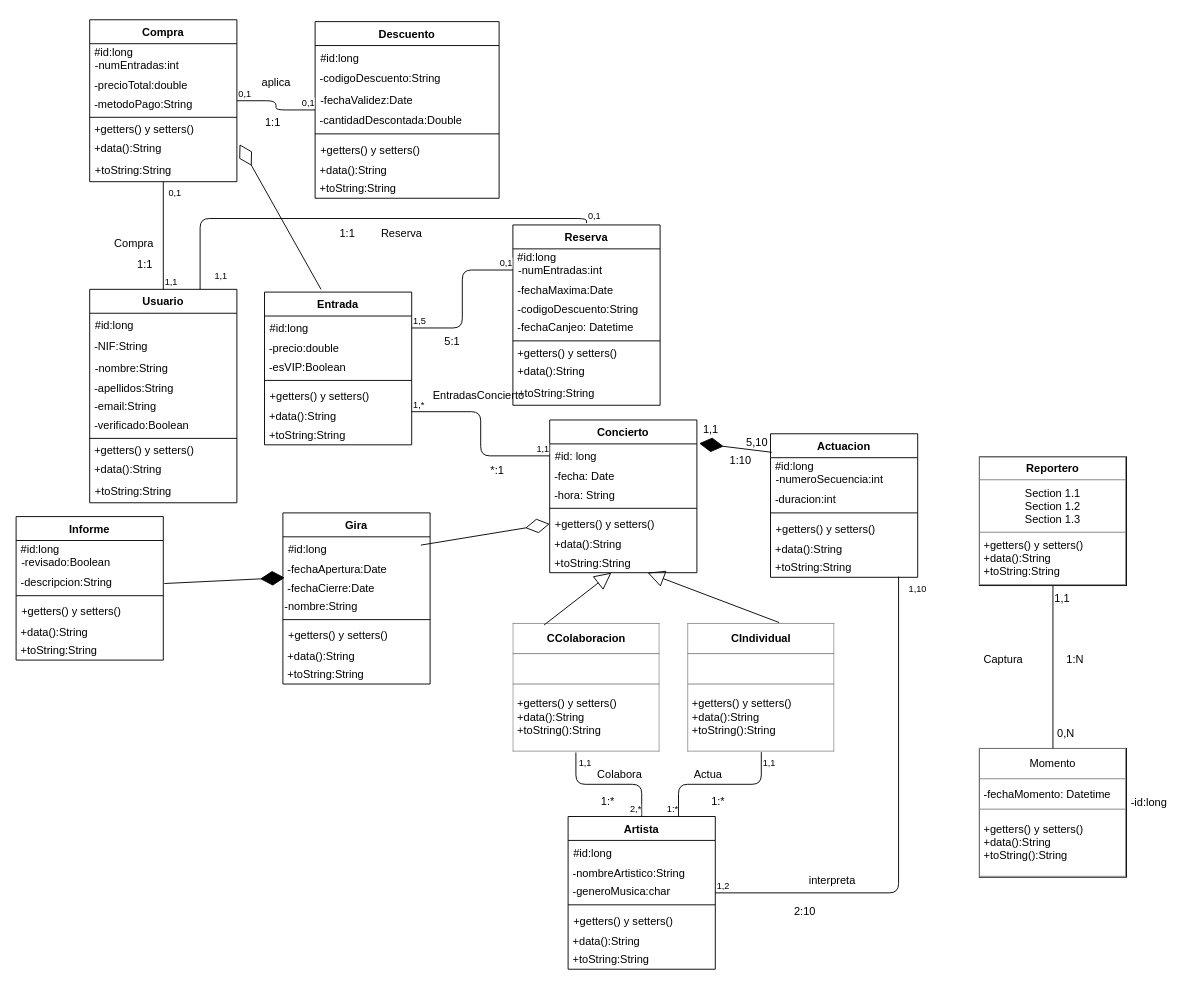
Above: Diagrama de clases.drawio in Lusaka12/AgenciaConciertos (draw.io), before the change. Source tidied: cells renumbered, new cells numbered last; positions are measured from the earlier drawing's top-left corner, leaving out a move shared by most shapes. Both pictures are drawn from the tidied source at 92%, with x=0, y=0 at pixel (16, 19).
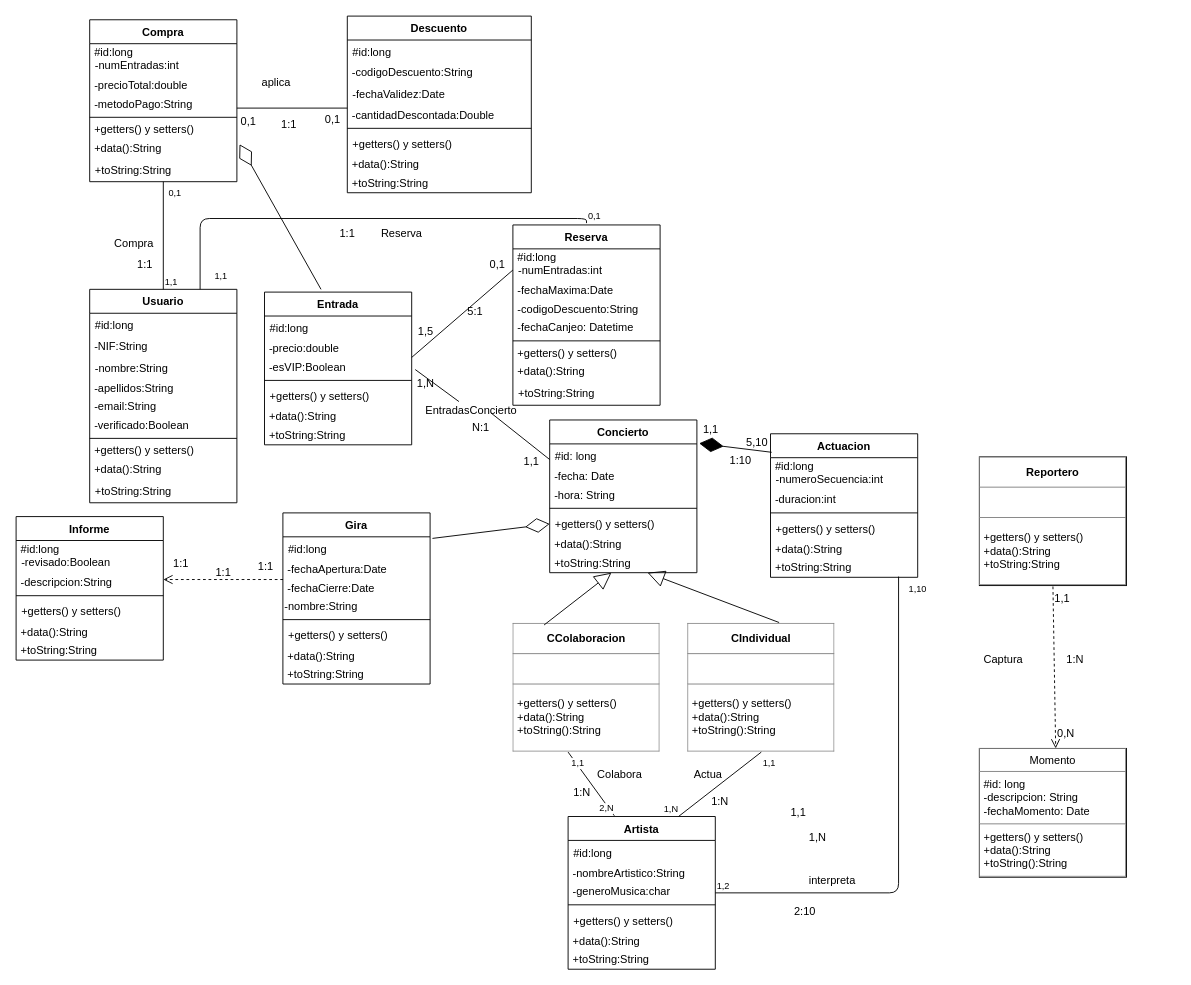
Above is the later version.

Commit message:
Diagrama de clases

The change refers to these unchanged cells:
```xml
<mxCell id="2" value="Gira" style="swimlane;fontStyle=1;align=center;verticalAlign=top;horizontal=1;startSize=26;" parent="1" vertex="1">
  <mxGeometry x="290" y="536" width="160" height="186" as="geometry" />
</mxCell>
<mxCell id="4" value="#id:long" style="text;strokeColor=none;fillColor=none;align=left;verticalAlign=top;spacingLeft=4;spacingRight=4;overflow=hidden;points=[[0,0.5],[1,0.5]];portConstraint=eastwest;" parent="2" vertex="1">
  <mxGeometry y="26" width="160" height="26" as="geometry" />
</mxCell>
<mxCell id="6" value="&amp;nbsp;-fechaCierre:Date" style="text;html=1;points=[];align=left;verticalAlign=top;spacingTop=-4;" parent="2" vertex="1">
  <mxGeometry y="72" width="160" height="20" as="geometry" />
</mxCell>
<mxCell id="15" value="&amp;nbsp;-descripcion:String" style="text;html=1;points=[];align=left;verticalAlign=top;spacingTop=-4;" parent="12" vertex="1">
  <mxGeometry y="62" width="160" height="20" as="geometry" />
</mxCell>
<mxCell id="28" value="Artista" style="swimlane;fontStyle=1;align=center;verticalAlign=top;horizontal=1;startSize=26;" parent="1" vertex="1">
  <mxGeometry x="600" y="866" width="160" height="166" as="geometry" />
</mxCell>
<mxCell id="36" value="Entrada" style="swimlane;fontStyle=1;align=center;verticalAlign=top;horizontal=1;startSize=26;" parent="1" vertex="1">
  <mxGeometry x="270" y="296" width="160" height="166" as="geometry" />
</mxCell>
<mxCell id="37" value="#id:long" style="text;strokeColor=none;fillColor=none;align=left;verticalAlign=top;spacingLeft=4;spacingRight=4;overflow=hidden;points=[[0,0.5],[1,0.5]];portConstraint=eastwest;" parent="36" vertex="1">
  <mxGeometry y="26" width="160" height="26" as="geometry" />
</mxCell>
<mxCell id="39" value="&amp;nbsp;-esVIP:Boolean" style="text;html=1;points=[];align=left;verticalAlign=top;spacingTop=-4;" parent="36" vertex="1">
  <mxGeometry y="72" width="160" height="20" as="geometry" />
</mxCell>
<mxCell id="55" value="Compra" style="swimlane;fontStyle=1;align=center;verticalAlign=top;horizontal=1;startSize=26;" parent="1" vertex="1">
  <mxGeometry x="80" width="160" height="176" as="geometry" />
</mxCell>
<mxCell id="66" value="-numEntradas:int" style="text;strokeColor=none;fillColor=none;align=left;verticalAlign=top;spacingLeft=4;spacingRight=4;overflow=hidden;points=[[0,0.5],[1,0.5]];portConstraint=eastwest;" parent="64" vertex="1">
  <mxGeometry y="36" width="160" height="26" as="geometry" />
</mxCell>
<mxCell id="86" value="&lt;table border=&quot;1&quot; width=&quot;100%&quot; cellpadding=&quot;4&quot; style=&quot;width: 100% ; height: 100% ; border-collapse: collapse&quot;&gt;&lt;tbody&gt;&lt;tr&gt;&lt;th align=&quot;center&quot;&gt;CColaboracion&lt;/th&gt;&lt;/tr&gt;&lt;tr&gt;&lt;td align=&quot;center&quot;&gt;&lt;br&gt;&lt;/td&gt;&lt;/tr&gt;&lt;tr&gt;&lt;td align=&quot;center&quot;&gt;&lt;div style=&quot;text-align: left&quot;&gt;&lt;span style=&quot;text-align: left&quot;&gt;+getters() y setters()&lt;/span&gt;&lt;/div&gt;&lt;div style=&quot;text-align: left&quot;&gt;&lt;span style=&quot;text-align: left&quot;&gt;+data():String&lt;/span&gt;&lt;/div&gt;&lt;div style=&quot;text-align: left&quot;&gt;&lt;span style=&quot;text-align: left&quot;&gt;+toString():String&lt;/span&gt;&lt;/div&gt;&lt;/td&gt;&lt;/tr&gt;&lt;/tbody&gt;&lt;/table&gt;" style="text;html=1;strokeColor=none;fillColor=none;overflow=fill;" parent="1" vertex="1">
  <mxGeometry x="540" y="656" width="160" height="140" as="geometry" />
</mxCell>
<mxCell id="87" value="&lt;table border=&quot;1&quot; width=&quot;100%&quot; cellpadding=&quot;4&quot; style=&quot;width: 100% ; height: 100% ; border-collapse: collapse&quot;&gt;&lt;tbody&gt;&lt;tr&gt;&lt;th align=&quot;center&quot;&gt;CIndividual&lt;/th&gt;&lt;/tr&gt;&lt;tr&gt;&lt;td align=&quot;center&quot;&gt;&lt;br&gt;&lt;/td&gt;&lt;/tr&gt;&lt;tr&gt;&lt;td align=&quot;center&quot;&gt;&lt;div style=&quot;text-align: left&quot;&gt;+getters() y setters()&lt;/div&gt;&lt;div style=&quot;text-align: left&quot;&gt;+data():String&lt;/div&gt;&lt;div style=&quot;text-align: left&quot;&gt;+toString():String&lt;/div&gt;&lt;/td&gt;&lt;/tr&gt;&lt;/tbody&gt;&lt;/table&gt;" style="text;html=1;strokeColor=none;fillColor=none;overflow=fill;" parent="1" vertex="1">
  <mxGeometry x="730" y="656" width="160" height="140" as="geometry" />
</mxCell>
<mxCell id="89" value="#id: long" style="text;strokeColor=none;fillColor=none;align=left;verticalAlign=top;spacingLeft=4;spacingRight=4;overflow=hidden;points=[[0,0.5],[1,0.5]];portConstraint=eastwest;" parent="88" vertex="1">
  <mxGeometry y="26" width="160" height="26" as="geometry" />
</mxCell>
<mxCell id="93" value="+getters() y setters()&#10; " style="text;strokeColor=none;fillColor=none;align=left;verticalAlign=top;spacingLeft=4;spacingRight=4;overflow=hidden;points=[[0,0.5],[1,0.5]];portConstraint=eastwest;" parent="88" vertex="1">
  <mxGeometry y="100" width="160" height="26" as="geometry" />
</mxCell>
```

The edit, as a diff of the source:
```diff
@@
-    <mxCell id="3" style="endArrow=diamondThin;endFill=0;endSize=24;html=1;fontColor=none;entryX=0;entryY=0.5;entryDx=0;entryDy=0;" parent="2" edge="1" target="93">
-      <mxGeometry relative="1" as="geometry">
-        <mxPoint x="150" y="35" as="sourcePoint" />
-      </mxGeometry>
-    </mxCell>
@@
     <mxCell id="77" value="Descuento" style="swimlane;fontStyle=1;align=center;verticalAlign=top;horizontal=1;startSize=26;" parent="1" vertex="1">
-      <mxGeometry x="325" y="2" width="200" height="192" as="geometry" />
+      <mxGeometry x="360" y="-4" width="200" height="192" as="geometry" />
     </mxCell>
@@
-    <mxCell id="98" style="endArrow=none;html=1;edgeStyle=orthogonalEdgeStyle;" parent="1" edge="1" source="55" target="77">
-      <mxGeometry relative="1" as="geometry" />
-    </mxCell>
-    <mxCell id="99" value="0,1" style="html=1;align=left;verticalAlign=bottom;labelBackgroundColor=#ffffff;fontSize=10;" parent="98" vertex="1">
-      <mxGeometry x="-1" relative="1" as="geometry" />
-    </mxCell>
-    <mxCell id="100" value="0,1" style="html=1;align=right;verticalAlign=bottom;labelBackgroundColor=#ffffff;fontSize=10;" parent="98" vertex="1">
-      <mxGeometry x="1" relative="1" as="geometry" />
-    </mxCell>
     <mxCell id="101" value="1:1" style="text;strokeColor=none;fillColor=none;align=left;verticalAlign=top;spacingLeft=4;spacingRight=4;overflow=hidden;" parent="1" vertex="1">
-      <mxGeometry x="265" y="98" width="35" height="26" as="geometry" />
+      <mxGeometry x="282.5" y="100" width="35" height="26" as="geometry" />
     </mxCell>
@@
-    <mxCell id="103" style="endArrow=none;html=1;edgeStyle=orthogonalEdgeStyle;entryX=0;entryY=0.5;entryDx=0;entryDy=0;" parent="1" edge="1" source="36" target="89">
-      <mxGeometry relative="1" as="geometry">
-        <Array as="points">
-          <mxPoint x="505" y="426" />
-          <mxPoint x="505" y="474" />
-        </Array>
-      </mxGeometry>
-    </mxCell>
-    <mxCell id="104" value="1,*" style="html=1;align=left;verticalAlign=bottom;labelBackgroundColor=#ffffff;fontSize=10;" parent="103" vertex="1">
-      <mxGeometry x="-1" relative="1" as="geometry" />
-    </mxCell>
-    <mxCell id="105" value="1,1" style="html=1;align=right;verticalAlign=bottom;labelBackgroundColor=#ffffff;fontSize=10;" parent="103" vertex="1">
-      <mxGeometry x="1" relative="1" as="geometry" />
-    </mxCell>
-    <mxCell id="106" value="*:1" style="text;strokeColor=none;fillColor=none;align=left;verticalAlign=top;spacingLeft=4;spacingRight=4;overflow=hidden;" parent="1" vertex="1">
-      <mxGeometry x="510" y="476" width="30" height="26" as="geometry" />
+    <mxCell id="106" value="N:1" style="text;strokeColor=none;fillColor=none;align=left;verticalAlign=top;spacingLeft=4;spacingRight=4;overflow=hidden;" parent="1" vertex="1">
+      <mxGeometry x="490" y="430" width="30" height="26" as="geometry" />
     </mxCell>
-    <mxCell id="107" style="endArrow=none;html=1;edgeStyle=orthogonalEdgeStyle;entryX=0.5;entryY=0;entryDx=0;entryDy=0;exitX=0.428;exitY=1.003;exitDx=0;exitDy=0;exitPerimeter=0;" parent="1" edge="1" source="86" target="28">
-      <mxGeometry relative="1" as="geometry" />
+    <mxCell id="107" style="endArrow=none;html=1;entryX=0.314;entryY=-0.005;entryDx=0;entryDy=0;entryPerimeter=0;" parent="1" edge="1" target="28">
+      <mxGeometry relative="1" as="geometry">
+        <mxPoint x="600" y="796" as="sourcePoint" />
+      </mxGeometry>
     </mxCell>
@@
-    <mxCell id="109" value="2,*" style="html=1;align=right;verticalAlign=bottom;labelBackgroundColor=#ffffff;fontSize=10;" parent="107" vertex="1">
+    <mxCell id="109" value="2,N" style="html=1;align=right;verticalAlign=bottom;labelBackgroundColor=#ffffff;fontSize=10;" parent="107" vertex="1">
       <mxGeometry x="1" relative="1" as="geometry" />
     </mxCell>
-    <mxCell id="110" style="endArrow=none;html=1;edgeStyle=orthogonalEdgeStyle;entryX=0.75;entryY=0;entryDx=0;entryDy=0;" parent="1" edge="1" source="87" target="28">
+    <mxCell id="110" style="endArrow=none;html=1;entryX=0.75;entryY=0;entryDx=0;entryDy=0;exitX=0.5;exitY=1;exitDx=0;exitDy=0;" parent="1" edge="1" source="87" target="28">
       <mxGeometry relative="1" as="geometry" />
     </mxCell>
@@
-    <mxCell id="112" value="1:*" style="html=1;align=right;verticalAlign=bottom;labelBackgroundColor=#ffffff;fontSize=10;" parent="110" vertex="1">
+    <mxCell id="112" value="1,N" style="html=1;align=right;verticalAlign=bottom;labelBackgroundColor=#ffffff;fontSize=10;" parent="110" vertex="1">
       <mxGeometry x="1" relative="1" as="geometry" />
     </mxCell>
-    <mxCell id="113" value="1:*" style="text;strokeColor=none;fillColor=none;align=left;verticalAlign=top;spacingLeft=4;spacingRight=4;overflow=hidden;" parent="1" vertex="1">
-      <mxGeometry x="630" y="836" width="30" height="26" as="geometry" />
+    <mxCell id="113" value="1:N" style="text;strokeColor=none;fillColor=none;align=left;verticalAlign=top;spacingLeft=4;spacingRight=4;overflow=hidden;" parent="1" vertex="1">
+      <mxGeometry x="600" y="826" width="30" height="26" as="geometry" />
     </mxCell>
-    <mxCell id="114" value="1:*" style="text;strokeColor=none;fillColor=none;align=left;verticalAlign=top;spacingLeft=4;spacingRight=4;overflow=hidden;" parent="1" vertex="1">
+    <mxCell id="114" value="1:N" style="text;strokeColor=none;fillColor=none;align=left;verticalAlign=top;spacingLeft=4;spacingRight=4;overflow=hidden;" parent="1" vertex="1">
       <mxGeometry x="750" y="836" width="30" height="26" as="geometry" />
     </mxCell>
@@
-    <mxCell id="119" style="endArrow=none;html=1;edgeStyle=orthogonalEdgeStyle;entryX=0;entryY=0.5;entryDx=0;entryDy=0;exitX=1;exitY=0.5;exitDx=0;exitDy=0;" parent="1" edge="1" source="37" target="66">
-      <mxGeometry relative="1" as="geometry" />
-    </mxCell>
-    <mxCell id="120" value="1,5" style="html=1;align=left;verticalAlign=bottom;labelBackgroundColor=#ffffff;fontSize=10;" parent="119" vertex="1">
-      <mxGeometry x="-1" relative="1" as="geometry" />
-    </mxCell>
-    <mxCell id="121" value="0,1" style="html=1;align=right;verticalAlign=bottom;labelBackgroundColor=#ffffff;fontSize=10;" parent="119" vertex="1">
-      <mxGeometry x="1" relative="1" as="geometry" />
-    </mxCell>
     <mxCell id="122" value="5:1" style="text;strokeColor=none;fillColor=none;align=left;verticalAlign=top;spacingLeft=4;spacingRight=4;overflow=hidden;" parent="1" vertex="1">
-      <mxGeometry x="460" y="336" width="30" height="26" as="geometry" />
+      <mxGeometry x="485" y="303" width="30" height="26" as="geometry" />
     </mxCell>
@@
-    <mxCell id="124" value="EntradasConcierto" style="text;html=1;strokeColor=none;fillColor=none;align=center;verticalAlign=middle;whiteSpace=wrap;rounded=0;" parent="1" vertex="1">
-      <mxGeometry x="483" y="399" width="40" height="20" as="geometry" />
-    </mxCell>
@@
-    <mxCell id="132" style="endArrow=diamondThin;endFill=1;endSize=24;html=1;fontColor=none;exitX=1.007;exitY=0.538;exitDx=0;exitDy=0;exitPerimeter=0;entryX=0.013;entryY=-0.079;entryDx=0;entryDy=0;entryPerimeter=0;" parent="1" edge="1" source="15" target="6">
-      <mxGeometry relative="1" as="geometry" />
-    </mxCell>
@@
-    <mxCell id="141" value="&lt;table border=&quot;1&quot; width=&quot;100%&quot; cellpadding=&quot;4&quot; style=&quot;width: 100% ; height: 100% ; border-collapse: collapse&quot;&gt;&lt;tbody&gt;&lt;tr&gt;&lt;th align=&quot;center&quot;&gt;Reportero&lt;/th&gt;&lt;/tr&gt;&lt;tr&gt;&lt;td align=&quot;center&quot;&gt;Section 1.1&lt;br&gt;Section 1.2&lt;br&gt;Section 1.3&lt;/td&gt;&lt;/tr&gt;&lt;tr&gt;&lt;td align=&quot;center&quot;&gt;&lt;div style=&quot;text-align: left&quot;&gt;&lt;span style=&quot;text-align: left&quot;&gt;+getters() y setters()&lt;/span&gt;&lt;/div&gt;&lt;div style=&quot;text-align: left&quot;&gt;&lt;span style=&quot;text-align: left&quot;&gt;+data():String&lt;/span&gt;&lt;/div&gt;&lt;div style=&quot;text-align: left&quot;&gt;&lt;span style=&quot;text-align: left&quot;&gt;+toString:String&lt;/span&gt;&lt;/div&gt;&lt;/td&gt;&lt;/tr&gt;&lt;/tbody&gt;&lt;/table&gt;" style="text;html=1;strokeColor=#000000;fillColor=none;overflow=fill;" parent="1" vertex="1">
+    <mxCell id="141" value="&lt;table border=&quot;1&quot; width=&quot;100%&quot; cellpadding=&quot;4&quot; style=&quot;width: 100% ; height: 100% ; border-collapse: collapse&quot;&gt;&lt;tbody&gt;&lt;tr&gt;&lt;th align=&quot;center&quot;&gt;Reportero&lt;/th&gt;&lt;/tr&gt;&lt;tr&gt;&lt;td align=&quot;center&quot;&gt;&lt;br&gt;&lt;/td&gt;&lt;/tr&gt;&lt;tr&gt;&lt;td align=&quot;center&quot;&gt;&lt;div style=&quot;text-align: left&quot;&gt;&lt;span style=&quot;text-align: left&quot;&gt;+getters() y setters()&lt;/span&gt;&lt;/div&gt;&lt;div style=&quot;text-align: left&quot;&gt;&lt;span style=&quot;text-align: left&quot;&gt;+data():String&lt;/span&gt;&lt;/div&gt;&lt;div style=&quot;text-align: left&quot;&gt;&lt;span style=&quot;text-align: left&quot;&gt;+toString:String&lt;/span&gt;&lt;/div&gt;&lt;/td&gt;&lt;/tr&gt;&lt;/tbody&gt;&lt;/table&gt;" style="text;html=1;strokeColor=#000000;fillColor=none;overflow=fill;" parent="1" vertex="1">
       <mxGeometry x="1047" y="475" width="160" height="140" as="geometry" />
     </mxCell>
-    <mxCell id="142" value="&lt;table border=&quot;1&quot; width=&quot;100%&quot; cellpadding=&quot;4&quot; style=&quot;width: 100% ; height: 100% ; border-collapse: collapse&quot;&gt;&lt;tbody&gt;&lt;tr&gt;&lt;th style=&quot;text-align: center&quot;&gt;&lt;span style=&quot;font-weight: normal&quot;&gt;Momento&lt;/span&gt;&lt;/th&gt;&lt;/tr&gt;&lt;tr&gt;&lt;td&gt;-fechaMomento: Datetime&lt;/td&gt;&lt;/tr&gt;&lt;tr&gt;&lt;td&gt;&lt;div&gt;&lt;span&gt;+getters() y setters()&amp;nbsp;&lt;/span&gt;&lt;/div&gt;&lt;div&gt;&lt;span&gt;+data():String&lt;/span&gt;&lt;/div&gt;&lt;div&gt;&lt;span&gt;+toString():String&lt;/span&gt;&lt;/div&gt;&lt;/td&gt;&lt;/tr&gt;&lt;/tbody&gt;&lt;/table&gt;" style="text;html=1;strokeColor=#000000;fillColor=none;overflow=fill;strokeWidth=1;align=left;" parent="1" vertex="1">
+    <mxCell id="142" value="&lt;table border=&quot;1&quot; width=&quot;100%&quot; cellpadding=&quot;4&quot; style=&quot;width: 100% ; height: 100% ; border-collapse: collapse&quot;&gt;&lt;tbody&gt;&lt;tr&gt;&lt;th style=&quot;text-align: center&quot;&gt;&lt;span style=&quot;font-weight: normal&quot;&gt;Momento&lt;/span&gt;&lt;/th&gt;&lt;/tr&gt;&lt;tr&gt;&lt;td&gt;#id: long&lt;br&gt;-descripcion: String&lt;br&gt;-fechaMomento: Date&lt;br&gt;&lt;/td&gt;&lt;/tr&gt;&lt;tr&gt;&lt;td&gt;&lt;div&gt;&lt;span&gt;+getters() y setters()&amp;nbsp;&lt;/span&gt;&lt;/div&gt;&lt;div&gt;&lt;span&gt;+data():String&lt;/span&gt;&lt;/div&gt;&lt;div&gt;&lt;span&gt;+toString():String&lt;/span&gt;&lt;/div&gt;&lt;/td&gt;&lt;/tr&gt;&lt;/tbody&gt;&lt;/table&gt;" style="text;html=1;strokeColor=#000000;fillColor=none;overflow=fill;strokeWidth=1;align=left;verticalAlign=top;horizontal=1;" parent="1" vertex="1">
       <mxGeometry x="1047" y="792" width="160" height="140" as="geometry" />
     </mxCell>
-    <mxCell id="143" style="endArrow=none;html=1;strokeColor=#000000;entryX=0.5;entryY=0;entryDx=0;entryDy=0;" parent="1" edge="1" target="142">
-      <mxGeometry relative="1" as="geometry">
-        <mxPoint x="1127" y="615" as="sourcePoint" />
-      </mxGeometry>
-    </mxCell>
@@
-    <mxCell id="148" value="-id:long" style="text;html=1;align=left;verticalAlign=top;spacingTop=-4;" parent="1" vertex="1">
-      <mxGeometry x="1210" y="840.5" width="50" height="20" as="geometry" />
-    </mxCell>
+    <mxCell id="149" style="html=1;verticalAlign=bottom;endArrow=open;dashed=1;endSize=8;exitX=0.001;exitY=0.021;exitDx=0;exitDy=0;exitPerimeter=0;entryX=1;entryY=0.321;entryDx=0;entryDy=0;entryPerimeter=0;" parent="1" edge="1" source="6" target="15">
+      <mxGeometry x="-0.08" y="-32" relative="1" as="geometry" />
+    </mxCell>
+    <mxCell id="3" style="endArrow=diamondThin;endFill=0;endSize=24;html=1;fontColor=none;entryX=0;entryY=0.5;entryDx=0;entryDy=0;exitX=1.016;exitY=0.066;exitDx=0;exitDy=0;exitPerimeter=0;" parent="1" edge="1" source="4" target="93">
+      <mxGeometry relative="1" as="geometry" />
+    </mxCell>
+    <mxCell id="150" value="1:1" style="text;html=1;align=center;verticalAlign=middle;" parent="1" vertex="1">
+      <mxGeometry x="210" y="591" width="30" height="20" as="geometry" />
+    </mxCell>
+    <mxCell id="151" value="1:1" style="text;html=1;align=center;verticalAlign=middle;" parent="1" vertex="1">
+      <mxGeometry x="256" y="585" width="30" height="20" as="geometry" />
+    </mxCell>
+    <mxCell id="152" value="1:1" style="text;html=1;align=center;verticalAlign=middle;" parent="1" vertex="1">
+      <mxGeometry x="164" y="581" width="30" height="20" as="geometry" />
+    </mxCell>
+    <mxCell id="153" style="endArrow=none;html=1;exitX=1.024;exitY=0.609;exitDx=0;exitDy=0;exitPerimeter=0;" parent="1" edge="1" source="124">
+      <mxGeometry relative="1" as="geometry">
+        <mxPoint x="580" y="478" as="targetPoint" />
+      </mxGeometry>
+    </mxCell>
+    <mxCell id="154" value="1,1" style="text;html=1;align=center;verticalAlign=middle;" parent="1" vertex="1">
+      <mxGeometry x="545" y="470" width="30" height="20" as="geometry" />
+    </mxCell>
+    <mxCell id="155" value="1,N" style="text;strokeColor=none;fillColor=none;align=left;verticalAlign=top;spacingLeft=4;spacingRight=4;overflow=hidden;" parent="1" vertex="1">
+      <mxGeometry x="430" y="382" width="30" height="26" as="geometry" />
+    </mxCell>
+    <mxCell id="120" value="1,5" style="text;html=1;align=center;verticalAlign=middle;" parent="1" vertex="1">
+      <mxGeometry x="430" y="329" width="30" height="20" as="geometry" />
+    </mxCell>
+    <mxCell id="156" value="0,1" style="text;html=1;align=center;verticalAlign=middle;" parent="1" vertex="1">
+      <mxGeometry x="508" y="256" width="30" height="20" as="geometry" />
+    </mxCell>
+    <mxCell id="157" style="endArrow=none;html=1;entryX=0;entryY=0.5;entryDx=0;entryDy=0;" parent="1" edge="1" target="66">
+      <mxGeometry relative="1" as="geometry">
+        <mxPoint x="430" y="367" as="sourcePoint" />
+      </mxGeometry>
+    </mxCell>
+    <mxCell id="158" style="html=1;verticalAlign=bottom;endArrow=open;dashed=1;endSize=8;" parent="1" edge="1">
+      <mxGeometry x="-0.25" y="-130" relative="1" as="geometry">
+        <mxPoint x="1127" y="616" as="sourcePoint" />
+        <mxPoint x="1130" y="792" as="targetPoint" />
+        <mxPoint x="1" as="offset" />
+      </mxGeometry>
+    </mxCell>
+    <mxCell id="124" value="EntradasConcierto" style="text;html=1;strokeColor=none;fillColor=none;align=center;verticalAlign=middle;whiteSpace=wrap;rounded=0;" parent="1" vertex="1">
+      <mxGeometry x="475" y="415" width="40" height="20" as="geometry" />
+    </mxCell>
+    <mxCell id="159" style="endArrow=none;html=1;exitX=1.024;exitY=0.609;exitDx=0;exitDy=0;exitPerimeter=0;" parent="1" edge="1" source="39" target="124">
+      <mxGeometry relative="1" as="geometry" />
+    </mxCell>
+    <mxCell id="160" style="line;strokeWidth=1;fillColor=none;align=left;verticalAlign=middle;spacingTop=-1;spacingLeft=3;spacingRight=3;labelPosition=right;" parent="1" vertex="1">
+      <mxGeometry x="240" y="92" width="120" height="8" as="geometry" />
+    </mxCell>
+    <mxCell id="161" value="0,1" style="text;strokeColor=none;fillColor=none;align=left;verticalAlign=top;spacingLeft=4;spacingRight=4;overflow=hidden;" parent="1" vertex="1">
+      <mxGeometry x="330" y="95" width="35" height="26" as="geometry" />
+    </mxCell>
+    <mxCell id="162" value="0,1" style="text;strokeColor=none;fillColor=none;align=left;verticalAlign=top;spacingLeft=4;spacingRight=4;overflow=hidden;" parent="1" vertex="1">
+      <mxGeometry x="238.5" y="97" width="35" height="26" as="geometry" />
+    </mxCell>
+    <mxCell id="163" value="1,N" style="text;html=1;align=center;verticalAlign=middle;" parent="1" vertex="1">
+      <mxGeometry x="856" y="879" width="30" height="20" as="geometry" />
+    </mxCell>
+    <mxCell id="164" value="1,1" style="text;html=1;align=center;verticalAlign=middle;" parent="1" vertex="1">
+      <mxGeometry x="835" y="852" width="30" height="20" as="geometry" />
+    </mxCell>
```
